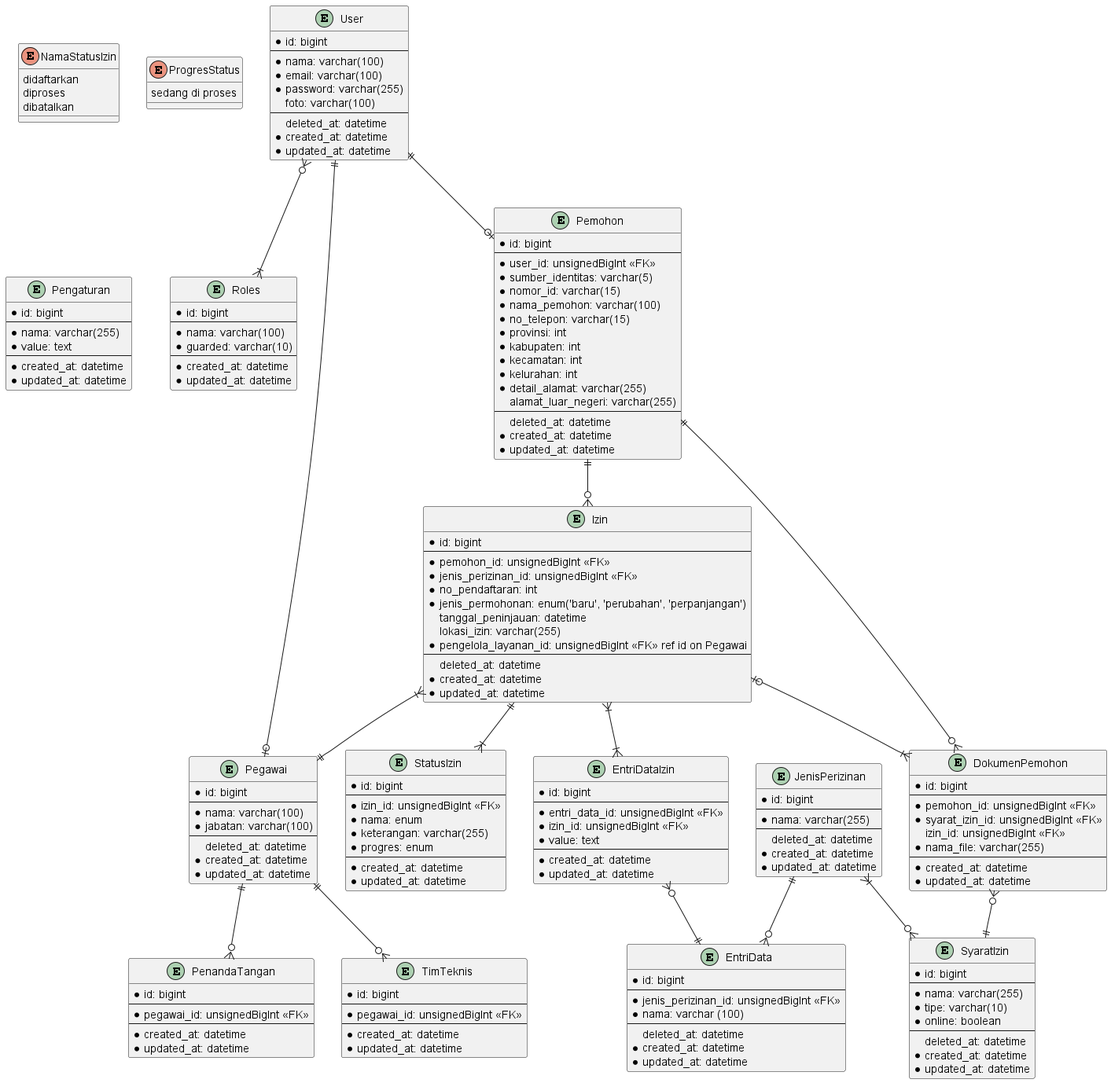
This is docs/diagrams/out/pmptsp.png from maleolabs/nest-nestara-web, a PlantUML export, as it was before one commit.
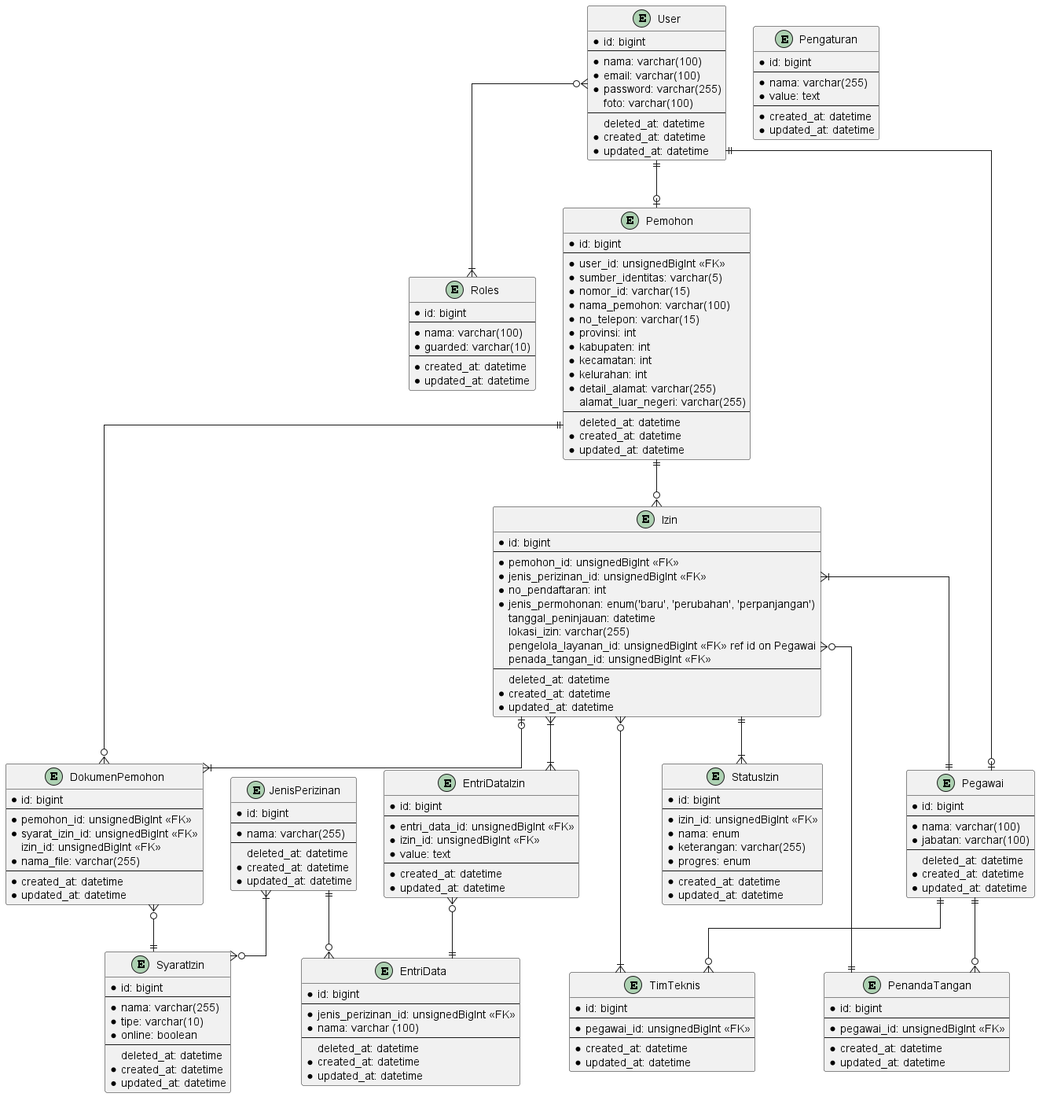
The same diagram one commit later.

Commit message:
update database diagram

What changed in the source:
```diff
@@ -1,4 +1,6 @@
 @startuml pmptsp
+
+skinparam linetype ortho
 
 entity User {
     * id: bigint
@@ -126,7 +128,8 @@
     * jenis_permohonan: enum('baru', 'perubahan', 'perpanjangan')
       tanggal_peninjauan: datetime
       lokasi_izin: varchar(255)
-    * pengelola_layanan_id: unsignedBigInt <<FK>> ref id on Pegawai
+      pengelola_layanan_id: unsignedBigInt <<FK>> ref id on Pegawai
+      penada_tangan_id: unsignedBigInt <<FK>>
     --
       deleted_at: datetime
     * created_at: datetime
@@ -143,16 +146,6 @@
     --
     * created_at: datetime
     * updated_at: datetime
-}
-
-enum NamaStatusIzin {
-    didaftarkan
-    diproses
-    dibatalkan
-}
-
-enum ProgresStatus {
-    sedang di proses
 }
 
 entity EntriDataIzin {
@@ -191,6 +184,8 @@
 Izin ||--|{ StatusIzin
 Izin }|--|| Pegawai
 Izin }|--|{ EntriDataIzin
+Izin }o--|| PenandaTangan
+Izin }o--|{ TimTeknis
 
 
 @enduml
```
